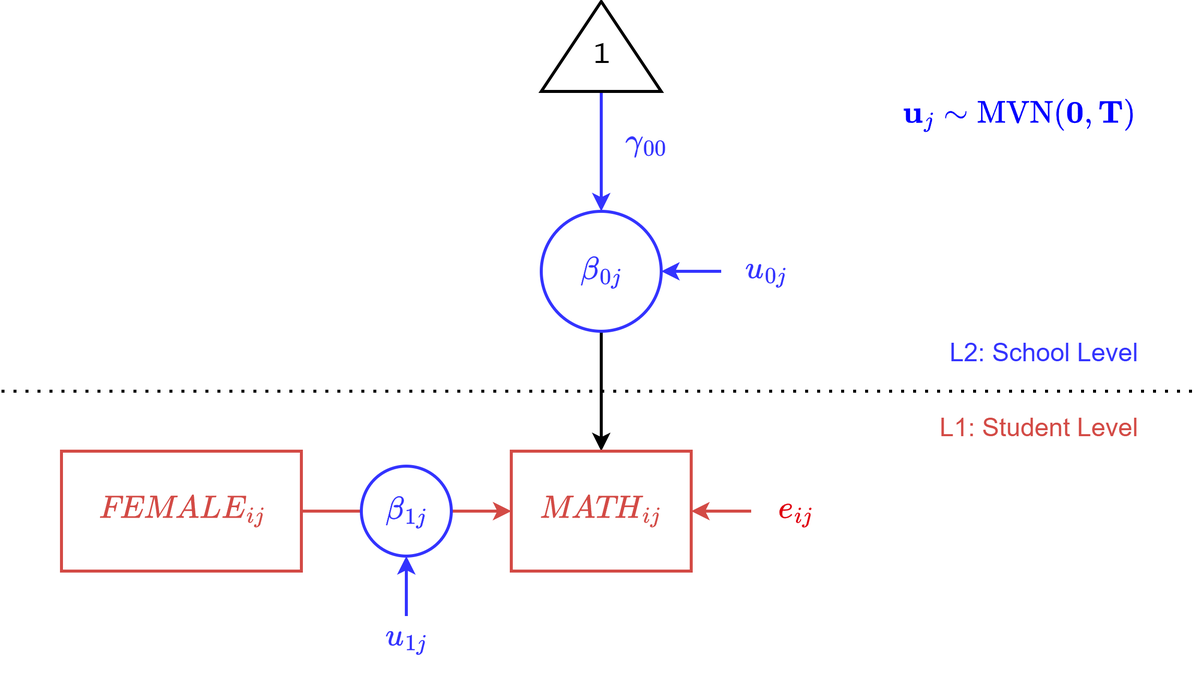
The draw.io diagram diagrams/random_slopes.png in jmgirard/psyc894, before a commit. Source tidied: cells renumbered, new cells last; positions are measured from the earlier drawing's top-left corner, leaving out a move shared by most shapes. The source it was exported from:
```xml
<mxGraphModel math="1">
  <root>
    <mxCell id="0" />
    <mxCell id="1" parent="0" />
    <mxCell id="2" style="endArrow=classic;html=1;rounded=0;entryX=1;entryY=0.5;entryDx=0;entryDy=0;strokeWidth=2;strokeColor=#D34A45;exitX=0;exitY=0.5;exitDx=0;exitDy=0;" parent="1" edge="1" source="3" target="19">
      <mxGeometry relative="1" as="geometry" />
    </mxCell>
    <mxCell id="3" value="&lt;font color=&quot;#df000f&quot;&gt;&lt;span style=&quot;background-color: rgb(255, 255, 255);&quot;&gt;$$e_{ij}$$&lt;/span&gt;&lt;/font&gt;" style="text;html=1;align=center;verticalAlign=middle;whiteSpace=wrap;rounded=0;fontSize=18;fontColor=#D34A45;fontFamily=Lucida Console;" parent="1" vertex="1">
      <mxGeometry x="500" y="325" width="60" height="30" as="geometry" />
    </mxCell>
    <mxCell id="4" style="edgeStyle=orthogonalEdgeStyle;rounded=0;jettySize=auto;html=1;exitX=0.5;exitY=1;exitDx=0;exitDy=0;entryX=0.5;entryY=0;entryDx=0;entryDy=0;strokeWidth=2;strokeColor=#000000;" parent="1" edge="1" source="5" target="19">
      <mxGeometry relative="1" as="geometry" />
    </mxCell>
    <mxCell id="5" value="$$\beta_{0j}$$" style="ellipse;whiteSpace=wrap;html=1;strokeWidth=2;fontSize=18;fontFamily=Lucida Console;fontColor=#3333FF;strokeColor=#3333FF;" parent="1" vertex="1">
      <mxGeometry x="360" y="140" width="80" height="80" as="geometry" />
    </mxCell>
    <mxCell id="6" style="endArrow=classic;html=1;rounded=0;entryX=1;entryY=0.5;entryDx=0;entryDy=0;strokeWidth=2;strokeColor=#3333FF;exitX=0;exitY=0.5;exitDx=0;exitDy=0;fontColor=#3333FF;" parent="1" edge="1" source="7">
      <mxGeometry relative="1" as="geometry">
        <mxPoint x="440" y="180" as="targetPoint" />
      </mxGeometry>
    </mxCell>
    <mxCell id="7" value="&lt;font&gt;&lt;span style=&quot;background-color: rgb(255, 255, 255);&quot;&gt;$$u_{0j}$$&lt;/span&gt;&lt;/font&gt;" style="text;html=1;align=center;verticalAlign=middle;whiteSpace=wrap;rounded=0;fontSize=18;fontColor=#3333FF;fontFamily=Lucida Console;" parent="1" vertex="1">
      <mxGeometry x="480" y="165" width="60" height="30" as="geometry" />
    </mxCell>
    <mxCell id="8" style="edgeStyle=orthogonalEdgeStyle;rounded=0;jettySize=auto;html=1;exitX=0;exitY=0.5;exitDx=0;exitDy=0;strokeWidth=2;strokeColor=#3333FF;entryX=0.5;entryY=0;entryDx=0;entryDy=0;" parent="1" edge="1" source="11" target="5">
      <mxGeometry relative="1" as="geometry" />
    </mxCell>
    <mxCell id="9" value="&lt;font&gt;&lt;span style=&quot;background-color: rgb(255, 255, 255);&quot;&gt;$$\gamma_{00}$$&lt;/span&gt;&lt;/font&gt;" style="text;html=1;align=center;verticalAlign=middle;whiteSpace=wrap;rounded=0;fontSize=18;fontColor=#3333FF;fontFamily=Lucida Console;" parent="1" vertex="1">
      <mxGeometry x="400" y="80" width="60" height="30" as="geometry" />
    </mxCell>
    <mxCell id="10" style="endArrow=none;dashed=1;html=1;dashPattern=1 3;strokeWidth=2;rounded=0;" parent="1" edge="1">
      <mxGeometry relative="1" as="geometry">
        <mxPoint y="260" as="sourcePoint" />
        <mxPoint x="800" y="260" as="targetPoint" />
      </mxGeometry>
    </mxCell>
    <mxCell id="11" value="&lt;font style=&quot;font-size: 18px;&quot;&gt;1&lt;/font&gt;" style="triangle;whiteSpace=wrap;html=1;strokeWidth=2;direction=north;verticalAlign=middle;spacingTop=12;fontFamily=Lucida Console;" parent="1" vertex="1">
      <mxGeometry x="360" width="80" height="60" as="geometry" />
    </mxCell>
    <mxCell id="12" value="L2: School Level" style="text;html=1;align=right;verticalAlign=middle;whiteSpace=wrap;rounded=0;fontSize=17;fontColor=#3333FF;" parent="1" vertex="1">
      <mxGeometry x="600" y="220" width="160" height="30" as="geometry" />
    </mxCell>
    <mxCell id="13" value="L1: Student Level" style="text;html=1;align=right;verticalAlign=middle;whiteSpace=wrap;rounded=0;fontSize=17;fontColor=#D34A45;" parent="1" vertex="1">
      <mxGeometry x="600" y="270" width="160" height="30" as="geometry" />
    </mxCell>
    <mxCell id="14" style="edgeStyle=orthogonalEdgeStyle;rounded=0;jettySize=auto;html=1;exitX=1;exitY=0.5;exitDx=0;exitDy=0;entryX=0;entryY=0.5;entryDx=0;entryDy=0;strokeWidth=2;strokeColor=#D34A45;" parent="1" edge="1" source="15" target="19">
      <mxGeometry relative="1" as="geometry" />
    </mxCell>
    <mxCell id="15" value="$$\textit{FEMALE}_{ij}$$" style="rounded=0;whiteSpace=wrap;html=1;fontSize=18;strokeWidth=2;fontFamily=Lucida Console;fontColor=#D34A45;strokeColor=#D34A45;" parent="1" vertex="1">
      <mxGeometry x="40" y="300" width="160" height="80" as="geometry" />
    </mxCell>
    <mxCell id="16" value="$$\beta_{1j}$$" style="ellipse;whiteSpace=wrap;html=1;strokeWidth=2;fontSize=18;fontFamily=Lucida Console;fontColor=#3333FF;strokeColor=#3333FF;" parent="1" vertex="1">
      <mxGeometry x="240" y="310" width="60" height="60" as="geometry" />
    </mxCell>
    <mxCell id="17" style="endArrow=classic;html=1;rounded=0;entryX=0.5;entryY=1;entryDx=0;entryDy=0;strokeWidth=2;strokeColor=#3333FF;fontColor=#3333FF;" parent="1" edge="1" source="18" target="16">
      <mxGeometry relative="1" as="geometry" />
    </mxCell>
    <mxCell id="18" value="&lt;font&gt;&lt;span style=&quot;background-color: rgb(255, 255, 255);&quot;&gt;$$u_{1j}$$&lt;/span&gt;&lt;/font&gt;" style="text;html=1;align=center;verticalAlign=middle;whiteSpace=wrap;rounded=0;fontSize=18;fontColor=#3333FF;fontFamily=Lucida Console;" parent="1" vertex="1">
      <mxGeometry x="240" y="410" width="60" height="30" as="geometry" />
    </mxCell>
    <mxCell id="19" value="$$\textit{MATH}_{ij}$$" style="rounded=0;whiteSpace=wrap;html=1;fontSize=18;strokeWidth=2;fontFamily=Lucida Console;fontColor=#D34A45;strokeColor=#D34A45;" parent="1" vertex="1">
      <mxGeometry x="340" y="300" width="120" height="80" as="geometry" />
    </mxCell>
    <mxCell id="20" value="$$\mathbf{u}_{j}\sim\text{MVN}(\mathbf{0},\mathbf{T})$$" style="text;html=1;whiteSpace=wrap;strokeColor=none;fillColor=none;align=right;verticalAlign=middle;rounded=0;fontColor=#0000FF;fontSize=18;" parent="1" vertex="1">
      <mxGeometry x="600" y="60" width="160" height="30" as="geometry" />
    </mxCell>
  </root>
</mxGraphModel>
```
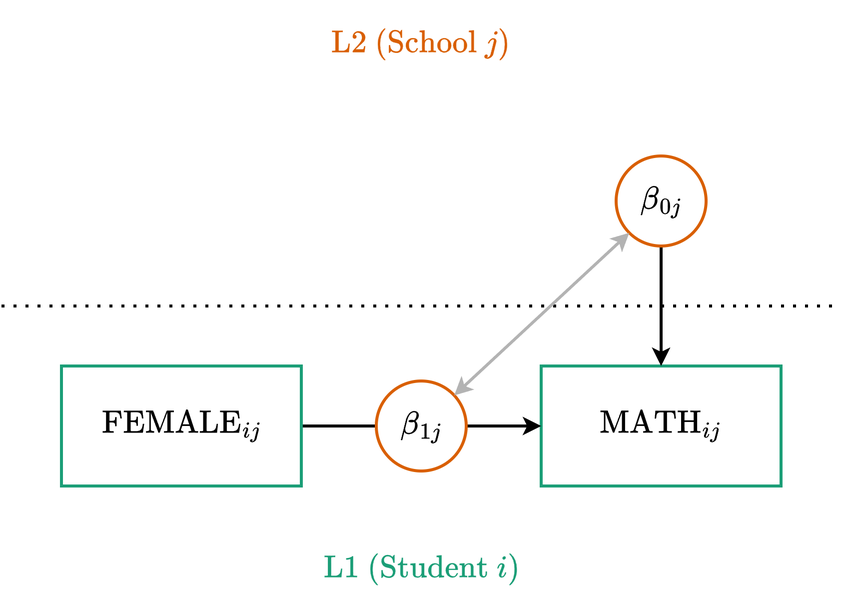
Above is the later version.

Change to the diagram source:
```diff
@@ -1,68 +1,41 @@
 <mxGraphModel math="1">
   <root>
-    <mxCell id="0" />
-    <mxCell id="1" parent="0" />
-    <mxCell id="2" style="endArrow=classic;html=1;rounded=0;entryX=1;entryY=0.5;entryDx=0;entryDy=0;strokeWidth=2;strokeColor=#D34A45;exitX=0;exitY=0.5;exitDx=0;exitDy=0;" parent="1" edge="1" source="3" target="19">
-      <mxGeometry relative="1" as="geometry" />
-    </mxCell>
-    <mxCell id="3" value="&lt;font color=&quot;#df000f&quot;&gt;&lt;span style=&quot;background-color: rgb(255, 255, 255);&quot;&gt;$$e_{ij}$$&lt;/span&gt;&lt;/font&gt;" style="text;html=1;align=center;verticalAlign=middle;whiteSpace=wrap;rounded=0;fontSize=18;fontColor=#D34A45;fontFamily=Lucida Console;" parent="1" vertex="1">
-      <mxGeometry x="500" y="325" width="60" height="30" as="geometry" />
-    </mxCell>
-    <mxCell id="4" style="edgeStyle=orthogonalEdgeStyle;rounded=0;jettySize=auto;html=1;exitX=0.5;exitY=1;exitDx=0;exitDy=0;entryX=0.5;entryY=0;entryDx=0;entryDy=0;strokeWidth=2;strokeColor=#000000;" parent="1" edge="1" source="5" target="19">
-      <mxGeometry relative="1" as="geometry" />
-    </mxCell>
+    <mxCell id="21" />
+    <mxCell id="22" parent="21" />
+    <mxCell id="23" value="$$\text{MATH}_{ij}$$" style="rounded=0;whiteSpace=wrap;html=1;fontSize=18;strokeWidth=2;fontFamily=Lucida Console;strokeColor=#1B9E77;" parent="22" vertex="1">
+      <mxGeometry x="320" y="220" width="160" height="80" as="geometry" />
+    </mxCell>
+    <mxCell id="24" style="edgeStyle=orthogonalEdgeStyle;rounded=0;jettySize=auto;html=1;entryX=0.5;entryY=0;entryDx=0;entryDy=0;strokeWidth=2;strokeColor=#000000;" parent="22" edge="1" target="23">
+      <mxGeometry relative="1" as="geometry">
+        <mxPoint x="400" y="140" as="sourcePoint" />
+      </mxGeometry>
+    </mxCell>
+    <mxCell id="25" style="endArrow=none;dashed=1;html=1;dashPattern=1 3;strokeWidth=2;rounded=0;" parent="22" edge="1">
+      <mxGeometry relative="1" as="geometry">
+        <mxPoint x="-40" y="180" as="sourcePoint" />
+        <mxPoint x="520" y="180" as="targetPoint" />
+      </mxGeometry>
+    </mxCell>
+    <mxCell id="26" style="edgeStyle=orthogonalEdgeStyle;rounded=0;jettySize=auto;html=1;exitX=1;exitY=0.5;exitDx=0;exitDy=0;entryX=0;entryY=0.5;entryDx=0;entryDy=0;strokeWidth=2;" parent="22" edge="1" source="27" target="23">
+      <mxGeometry relative="1" as="geometry" />
+    </mxCell>
+    <mxCell id="27" value="$$\text{FEMALE}_{ij}$$" style="rounded=0;whiteSpace=wrap;html=1;fontSize=18;strokeWidth=2;fontFamily=Lucida Console;fontColor=#000000;strokeColor=#1B9E77;" parent="22" vertex="1">
+      <mxGeometry y="220" width="160" height="80" as="geometry" />
+    </mxCell>
+    <mxCell id="16" value="$$\beta_{1j}$$" style="ellipse;whiteSpace=wrap;html=1;strokeWidth=2;fontSize=18;fontFamily=Lucida Console;fontColor=#000000;strokeColor=#D95F02;" parent="22" vertex="1">
+      <mxGeometry x="210" y="230" width="60" height="60" as="geometry" />
+    </mxCell>
-    <mxCell id="5" value="$$\beta_{0j}$$" style="ellipse;whiteSpace=wrap;html=1;strokeWidth=2;fontSize=18;fontFamily=Lucida Console;fontColor=#3333FF;strokeColor=#3333FF;" parent="1" vertex="1">
-      <mxGeometry x="360" y="140" width="80" height="80" as="geometry" />
+    <mxCell id="5" value="$$\beta_{0j}$$" style="ellipse;whiteSpace=wrap;html=1;strokeWidth=2;fontSize=18;fontFamily=Lucida Console;fontColor=#000000;strokeColor=#D95F02;" parent="22" vertex="1">
+      <mxGeometry x="370" y="80" width="60" height="60" as="geometry" />
     </mxCell>
-    <mxCell id="6" style="endArrow=classic;html=1;rounded=0;entryX=1;entryY=0.5;entryDx=0;entryDy=0;strokeWidth=2;strokeColor=#3333FF;exitX=0;exitY=0.5;exitDx=0;exitDy=0;fontColor=#3333FF;" parent="1" edge="1" source="7">
-      <mxGeometry relative="1" as="geometry">
-        <mxPoint x="440" y="180" as="targetPoint" />
-      </mxGeometry>
-    </mxCell>
-    <mxCell id="7" value="&lt;font&gt;&lt;span style=&quot;background-color: rgb(255, 255, 255);&quot;&gt;$$u_{0j}$$&lt;/span&gt;&lt;/font&gt;" style="text;html=1;align=center;verticalAlign=middle;whiteSpace=wrap;rounded=0;fontSize=18;fontColor=#3333FF;fontFamily=Lucida Console;" parent="1" vertex="1">
-      <mxGeometry x="480" y="165" width="60" height="30" as="geometry" />
-    </mxCell>
-    <mxCell id="8" style="edgeStyle=orthogonalEdgeStyle;rounded=0;jettySize=auto;html=1;exitX=0;exitY=0.5;exitDx=0;exitDy=0;strokeWidth=2;strokeColor=#3333FF;entryX=0.5;entryY=0;entryDx=0;entryDy=0;" parent="1" edge="1" source="11" target="5">
-      <mxGeometry relative="1" as="geometry" />
-    </mxCell>
-    <mxCell id="9" value="&lt;font&gt;&lt;span style=&quot;background-color: rgb(255, 255, 255);&quot;&gt;$$\gamma_{00}$$&lt;/span&gt;&lt;/font&gt;" style="text;html=1;align=center;verticalAlign=middle;whiteSpace=wrap;rounded=0;fontSize=18;fontColor=#3333FF;fontFamily=Lucida Console;" parent="1" vertex="1">
-      <mxGeometry x="400" y="80" width="60" height="30" as="geometry" />
-    </mxCell>
-    <mxCell id="10" style="endArrow=none;dashed=1;html=1;dashPattern=1 3;strokeWidth=2;rounded=0;" parent="1" edge="1">
-      <mxGeometry relative="1" as="geometry">
-        <mxPoint y="260" as="sourcePoint" />
-        <mxPoint x="800" y="260" as="targetPoint" />
-      </mxGeometry>
-    </mxCell>
-    <mxCell id="11" value="&lt;font style=&quot;font-size: 18px;&quot;&gt;1&lt;/font&gt;" style="triangle;whiteSpace=wrap;html=1;strokeWidth=2;direction=north;verticalAlign=middle;spacingTop=12;fontFamily=Lucida Console;" parent="1" vertex="1">
-      <mxGeometry x="360" width="80" height="60" as="geometry" />
-    </mxCell>
-    <mxCell id="12" value="L2: School Level" style="text;html=1;align=right;verticalAlign=middle;whiteSpace=wrap;rounded=0;fontSize=17;fontColor=#3333FF;" parent="1" vertex="1">
-      <mxGeometry x="600" y="220" width="160" height="30" as="geometry" />
-    </mxCell>
-    <mxCell id="13" value="L1: Student Level" style="text;html=1;align=right;verticalAlign=middle;whiteSpace=wrap;rounded=0;fontSize=17;fontColor=#D34A45;" parent="1" vertex="1">
-      <mxGeometry x="600" y="270" width="160" height="30" as="geometry" />
-    </mxCell>
-    <mxCell id="14" style="edgeStyle=orthogonalEdgeStyle;rounded=0;jettySize=auto;html=1;exitX=1;exitY=0.5;exitDx=0;exitDy=0;entryX=0;entryY=0.5;entryDx=0;entryDy=0;strokeWidth=2;strokeColor=#D34A45;" parent="1" edge="1" source="15" target="19">
-      <mxGeometry relative="1" as="geometry" />
-    </mxCell>
-    <mxCell id="15" value="$$\textit{FEMALE}_{ij}$$" style="rounded=0;whiteSpace=wrap;html=1;fontSize=18;strokeWidth=2;fontFamily=Lucida Console;fontColor=#D34A45;strokeColor=#D34A45;" parent="1" vertex="1">
-      <mxGeometry x="40" y="300" width="160" height="80" as="geometry" />
-    </mxCell>
-    <mxCell id="16" value="$$\beta_{1j}$$" style="ellipse;whiteSpace=wrap;html=1;strokeWidth=2;fontSize=18;fontFamily=Lucida Console;fontColor=#3333FF;strokeColor=#3333FF;" parent="1" vertex="1">
-      <mxGeometry x="240" y="310" width="60" height="60" as="geometry" />
-    </mxCell>
-    <mxCell id="17" style="endArrow=classic;html=1;rounded=0;entryX=0.5;entryY=1;entryDx=0;entryDy=0;strokeWidth=2;strokeColor=#3333FF;fontColor=#3333FF;" parent="1" edge="1" source="18" target="16">
-      <mxGeometry relative="1" as="geometry" />
-    </mxCell>
-    <mxCell id="18" value="&lt;font&gt;&lt;span style=&quot;background-color: rgb(255, 255, 255);&quot;&gt;$$u_{1j}$$&lt;/span&gt;&lt;/font&gt;" style="text;html=1;align=center;verticalAlign=middle;whiteSpace=wrap;rounded=0;fontSize=18;fontColor=#3333FF;fontFamily=Lucida Console;" parent="1" vertex="1">
-      <mxGeometry x="240" y="410" width="60" height="30" as="geometry" />
-    </mxCell>
-    <mxCell id="19" value="$$\textit{MATH}_{ij}$$" style="rounded=0;whiteSpace=wrap;html=1;fontSize=18;strokeWidth=2;fontFamily=Lucida Console;fontColor=#D34A45;strokeColor=#D34A45;" parent="1" vertex="1">
-      <mxGeometry x="340" y="300" width="120" height="80" as="geometry" />
-    </mxCell>
-    <mxCell id="20" value="$$\mathbf{u}_{j}\sim\text{MVN}(\mathbf{0},\mathbf{T})$$" style="text;html=1;whiteSpace=wrap;strokeColor=none;fillColor=none;align=right;verticalAlign=middle;rounded=0;fontColor=#0000FF;fontSize=18;" parent="1" vertex="1">
-      <mxGeometry x="600" y="60" width="160" height="30" as="geometry" />
-    </mxCell>
+    <mxCell id="28" style="rounded=0;jettySize=auto;html=1;entryX=0;entryY=1;entryDx=0;entryDy=0;startArrow=classic;startFill=1;strokeColor=#B3B3B3;strokeWidth=2;" parent="22" edge="1" source="16" target="5">
+      <mxGeometry relative="1" as="geometry" />
+    </mxCell>
+    <mxCell id="29" value="$$\text{L2 (School }j\text{)}$$" style="text;html=1;whiteSpace=wrap;strokeColor=none;fillColor=none;align=center;verticalAlign=middle;rounded=0;fontSize=18;fontColor=#D95F02;" parent="22" vertex="1">
+      <mxGeometry x="-40" y="-10" width="560" height="30" as="geometry" />
+    </mxCell>
+    <mxCell id="30" value="$$\text{L1 (Student }i\text{)}$$" style="text;html=1;whiteSpace=wrap;strokeColor=none;fillColor=none;align=center;verticalAlign=middle;rounded=0;fontSize=18;fontColor=#1B9E77;" parent="22" vertex="1">
+      <mxGeometry x="-40" y="340" width="560" height="30" as="geometry" />
+    </mxCell>
   </root>
 </mxGraphModel>
```
